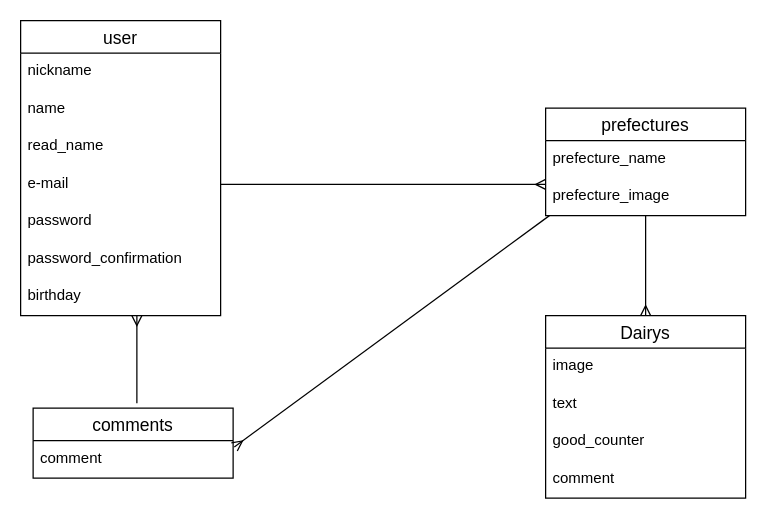
Before: ER.dio in AKN-YASUDA/Japan_Trip_app, a draw.io diagram. Source tidied: cells renumbered, new cells numbered last; positions are measured from the earlier drawing's top-left corner, leaving out a move shared by most shapes. Both pictures are drawn from the tidied source at 125%, with x=0, y=0 at pixel (20, 20).
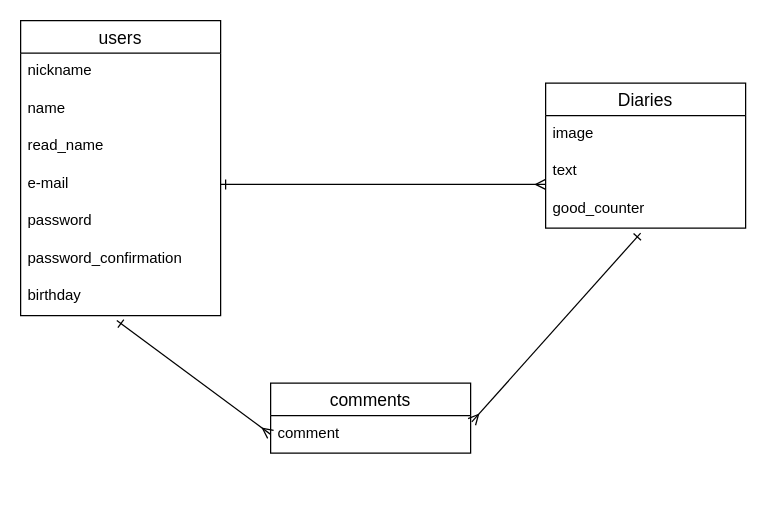
The same page after the edit.

The change refers to these unchanged cells:
```xml
<mxCell id="6" value="e-mail" style="text;strokeColor=none;fillColor=none;spacingLeft=4;spacingRight=4;overflow=hidden;points=[[0,0.5],[1,0.5]];portConstraint=eastwest;fontSize=12;" parent="2" vertex="1">
  <mxGeometry y="116" width="160" height="30" as="geometry" />
</mxCell>
<mxCell id="9" value="birthday" style="text;strokeColor=none;fillColor=none;spacingLeft=4;spacingRight=4;overflow=hidden;points=[[0,0.5],[1,0.5]];portConstraint=eastwest;fontSize=12;" parent="2" vertex="1">
  <mxGeometry y="206" width="160" height="30" as="geometry" />
</mxCell>
<mxCell id="11" value="comment" style="text;strokeColor=none;fillColor=none;spacingLeft=4;spacingRight=4;overflow=hidden;points=[[0,0.5],[1,0.5]];portConstraint=eastwest;fontSize=12;" parent="10" vertex="1">
  <mxGeometry y="26" width="160" height="30" as="geometry" />
</mxCell>
<mxCell id="21" value="good_counter" style="text;strokeColor=none;fillColor=none;spacingLeft=4;spacingRight=4;overflow=hidden;points=[[0,0.5],[1,0.5]];portConstraint=eastwest;fontSize=12;" parent="18" vertex="1">
  <mxGeometry y="86" width="160" height="30" as="geometry" />
</mxCell>
```

Diff of the diagram source:
```diff
@@
-    <mxCell id="2" value="user" style="swimlane;fontStyle=0;horizontal=1;startSize=26;align=center;fontSize=14;" parent="1" vertex="1">
+    <mxCell id="2" value="users" style="swimlane;fontStyle=0;horizontal=1;startSize=26;align=center;fontSize=14;" parent="1" vertex="1">
       <mxGeometry width="160" height="236" as="geometry" />
     </mxCell>
@@
     <mxCell id="10" value="comments" style="swimlane;fontStyle=0;horizontal=1;startSize=26;align=center;fontSize=14;" parent="1" vertex="1">
-      <mxGeometry x="10" y="310" width="160" height="56" as="geometry" />
+      <mxGeometry x="200" y="290" width="160" height="56" as="geometry" />
     </mxCell>
@@
-    <mxCell id="12" value="prefectures" style="swimlane;fontStyle=0;horizontal=1;startSize=26;align=center;fontSize=14;" parent="1" vertex="1">
-      <mxGeometry x="420" y="70" width="160" height="86" as="geometry" />
-    </mxCell>
-    <mxCell id="13" value="prefecture_name" style="text;strokeColor=none;fillColor=none;spacingLeft=4;spacingRight=4;overflow=hidden;fontSize=12;" parent="12" vertex="1">
-      <mxGeometry y="26" width="160" height="30" as="geometry" />
-    </mxCell>
-    <mxCell id="14" value="prefecture_image" style="text;strokeColor=none;fillColor=none;spacingLeft=4;spacingRight=4;overflow=hidden;points=[[0,0.5],[1,0.5]];portConstraint=eastwest;fontSize=12;" parent="12" vertex="1">
-      <mxGeometry y="56" width="160" height="30" as="geometry" />
-    </mxCell>
-    <mxCell id="15" style="endArrow=ERmany;html=1;rounded=0;endFill=0;exitX=1;exitY=0.5;exitDx=0;exitDy=0;" parent="1" edge="1" source="6">
+    <mxCell id="15" style="endArrow=ERmany;html=1;rounded=0;endFill=0;exitX=1;exitY=0.5;exitDx=0;exitDy=0;startArrow=ERone;startFill=0;" parent="1" edge="1" source="6">
       <mxGeometry relative="1" as="geometry">
         <mxPoint x="420" y="131" as="targetPoint" />
       </mxGeometry>
     </mxCell>
-    <mxCell id="16" style="endArrow=ERmany;html=1;rounded=0;endFill=0;entryX=0.5;entryY=0;entryDx=0;entryDy=0;" parent="1" edge="1" source="14" target="18">
-      <mxGeometry relative="1" as="geometry" />
-    </mxCell>
-    <mxCell id="17" style="endArrow=ERmany;html=1;rounded=0;endFill=0;" parent="1" edge="1">
-      <mxGeometry relative="1" as="geometry">
-        <mxPoint x="93" y="306" as="sourcePoint" />
-        <mxPoint x="93" y="236" as="targetPoint" />
-      </mxGeometry>
+    <mxCell id="17" style="endArrow=ERmany;html=1;rounded=0;endFill=0;exitX=0.481;exitY=1.133;exitDx=0;exitDy=0;exitPerimeter=0;entryX=0;entryY=0.5;entryDx=0;entryDy=0;startArrow=ERone;startFill=0;" parent="1" edge="1" source="9" target="11">
+      <mxGeometry relative="1" as="geometry" />
     </mxCell>
-    <mxCell id="18" value="Dairys" style="swimlane;fontStyle=0;horizontal=1;startSize=26;align=center;fontSize=14;" parent="1" vertex="1">
-      <mxGeometry x="420" y="236" width="160" height="146" as="geometry" />
+    <mxCell id="18" value="Diaries" style="swimlane;fontStyle=0;horizontal=1;startSize=26;align=center;fontSize=14;" parent="1" vertex="1">
+      <mxGeometry x="420" y="50" width="160" height="116" as="geometry" />
     </mxCell>
@@
-    <mxCell id="22" value="comment" style="text;strokeColor=none;fillColor=none;spacingLeft=4;spacingRight=4;overflow=hidden;fontSize=12;" parent="18" vertex="1">
-      <mxGeometry y="116" width="160" height="30" as="geometry" />
-    </mxCell>
-    <mxCell id="23" style="endArrow=ERmany;html=1;rounded=0;endFill=0;entryX=1.006;entryY=0.167;entryDx=0;entryDy=0;exitX=0.019;exitY=1;exitDx=0;exitDy=0;entryPerimeter=0;exitPerimeter=0;" parent="1" edge="1" source="14" target="11">
+    <mxCell id="23" style="endArrow=ERmany;html=1;rounded=0;endFill=0;entryX=1.006;entryY=0.167;entryDx=0;entryDy=0;exitX=0.475;exitY=1.133;exitDx=0;exitDy=0;entryPerimeter=0;exitPerimeter=0;startArrow=ERone;startFill=0;" parent="1" edge="1" source="21" target="11">
       <mxGeometry relative="1" as="geometry" />
     </mxCell>
```
